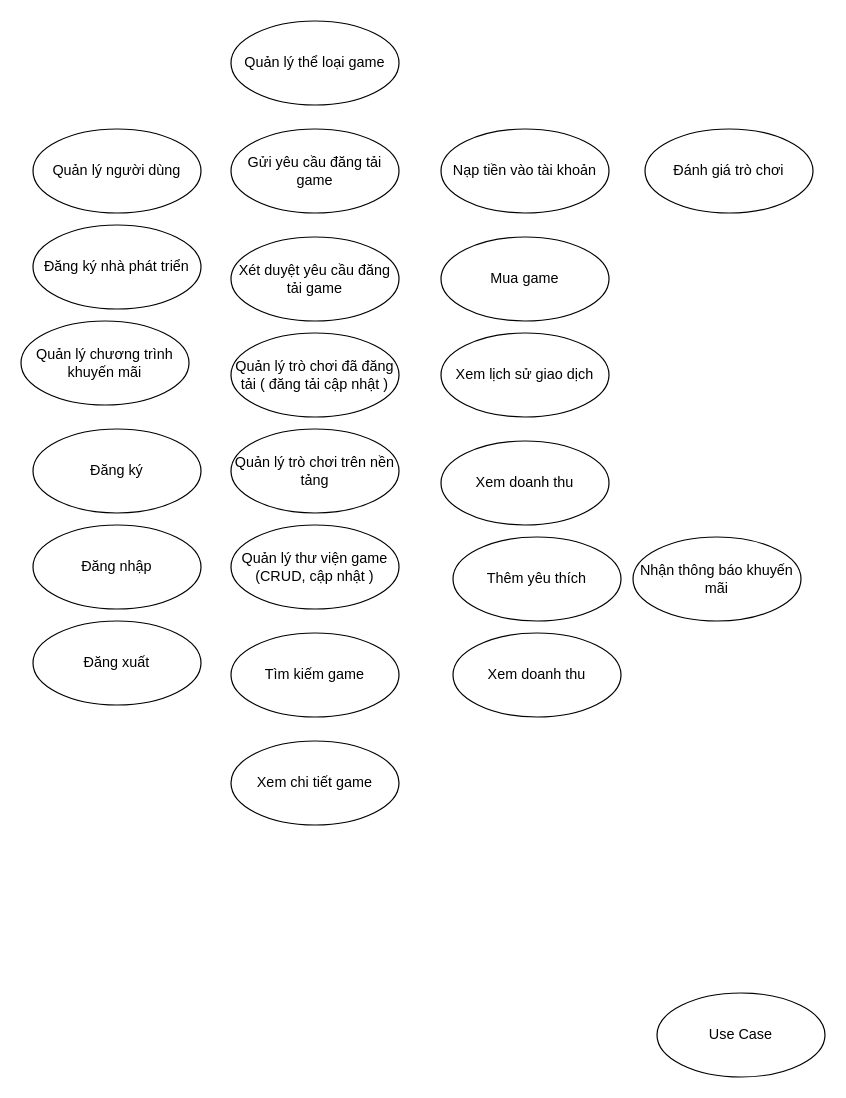
Before: page "UCD" (1 of 2) of docs/diagrams/Diagrams.drawio in nhhun2005/gamestore, a draw.io diagram. Source tidied: cells renumbered, new cells numbered last; positions are measured from the earlier drawing's top-left corner, leaving out a move shared by most shapes. Both pictures are drawn from the tidied source at 120%, with x=0, y=0 at pixel (20, 20).
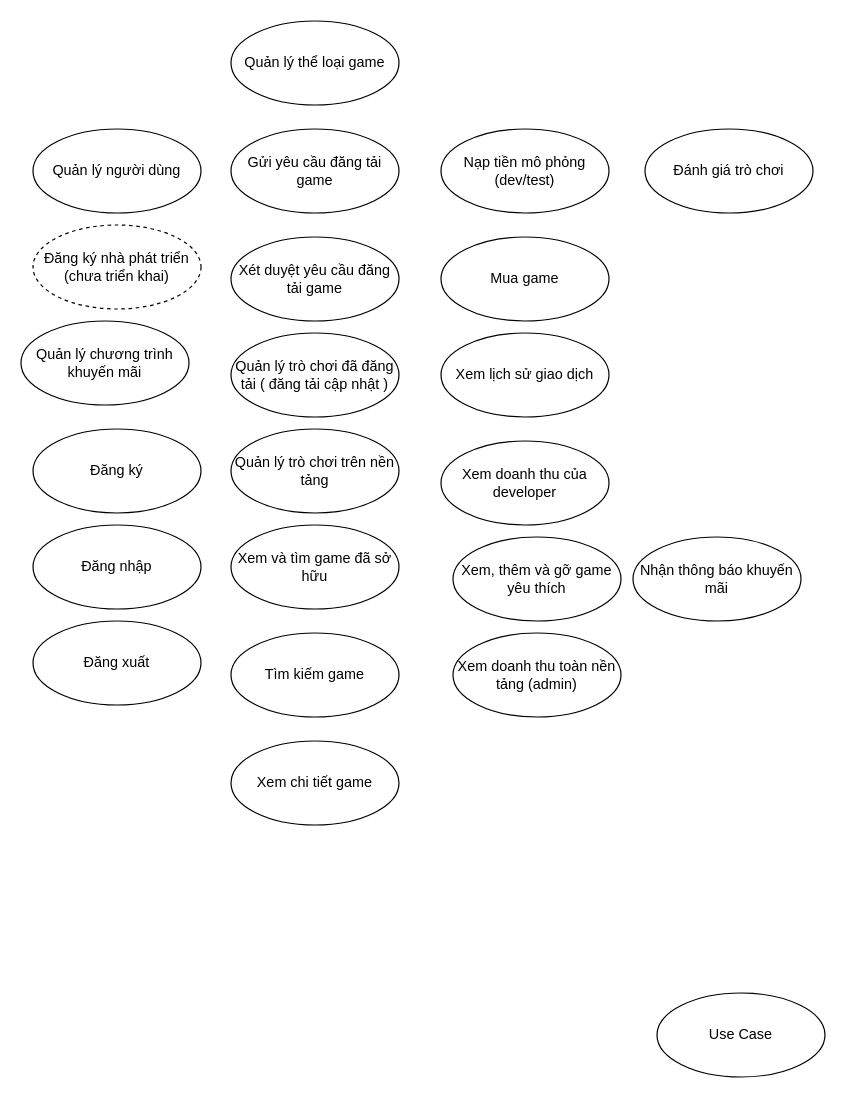
After the change.

Change to the diagram source:
```diff
@@
-    <mxCell id="4" value="Nạp tiền vào tài khoản" style="ellipse;whiteSpace=wrap;html=1;" parent="1" vertex="1">
+    <mxCell id="4" value="Nạp tiền mô phỏng (dev/test)" style="ellipse;whiteSpace=wrap;html=1;" parent="1" vertex="1">
       <mxGeometry x="350" y="90" width="140" height="70" as="geometry" />
     </mxCell>
@@
-    <mxCell id="10" value="Quản lý thư viện game&lt;div&gt;(CRUD, cập nhật )&lt;/div&gt;" style="ellipse;whiteSpace=wrap;html=1;" parent="1" vertex="1">
+    <mxCell id="10" value="Xem và tìm game đã sở hữu" style="ellipse;whiteSpace=wrap;html=1;" parent="1" vertex="1">
       <mxGeometry x="175" y="420" width="140" height="70" as="geometry" />
     </mxCell>
@@
-    <mxCell id="14" value="Thêm yêu thích" style="ellipse;whiteSpace=wrap;html=1;" parent="1" vertex="1">
+    <mxCell id="14" value="Xem, thêm và gỡ game yêu thích" style="ellipse;whiteSpace=wrap;html=1;" parent="1" vertex="1">
       <mxGeometry x="360" y="430" width="140" height="70" as="geometry" />
     </mxCell>
@@
-    <mxCell id="20" value="Đăng ký nhà phát triển" style="ellipse;whiteSpace=wrap;html=1;" parent="1" vertex="1">
+    <mxCell id="20" value="Đăng ký nhà phát triển (chưa triển khai)" style="ellipse;whiteSpace=wrap;html=1;dashed=1;" parent="1" vertex="1">
       <mxGeometry x="10" y="170" width="140" height="70" as="geometry" />
     </mxCell>
-    <mxCell id="21" value="Xem doanh thu" style="ellipse;whiteSpace=wrap;html=1;" parent="1" vertex="1">
+    <mxCell id="21" value="Xem doanh thu của developer" style="ellipse;whiteSpace=wrap;html=1;" parent="1" vertex="1">
       <mxGeometry x="350" y="350" width="140" height="70" as="geometry" />
     </mxCell>
-    <mxCell id="22" value="Xem doanh thu" style="ellipse;whiteSpace=wrap;html=1;" parent="1" vertex="1">
+    <mxCell id="22" value="Xem doanh thu toàn nền tảng (admin)" style="ellipse;whiteSpace=wrap;html=1;" parent="1" vertex="1">
       <mxGeometry x="360" y="510" width="140" height="70" as="geometry" />
     </mxCell>
```
